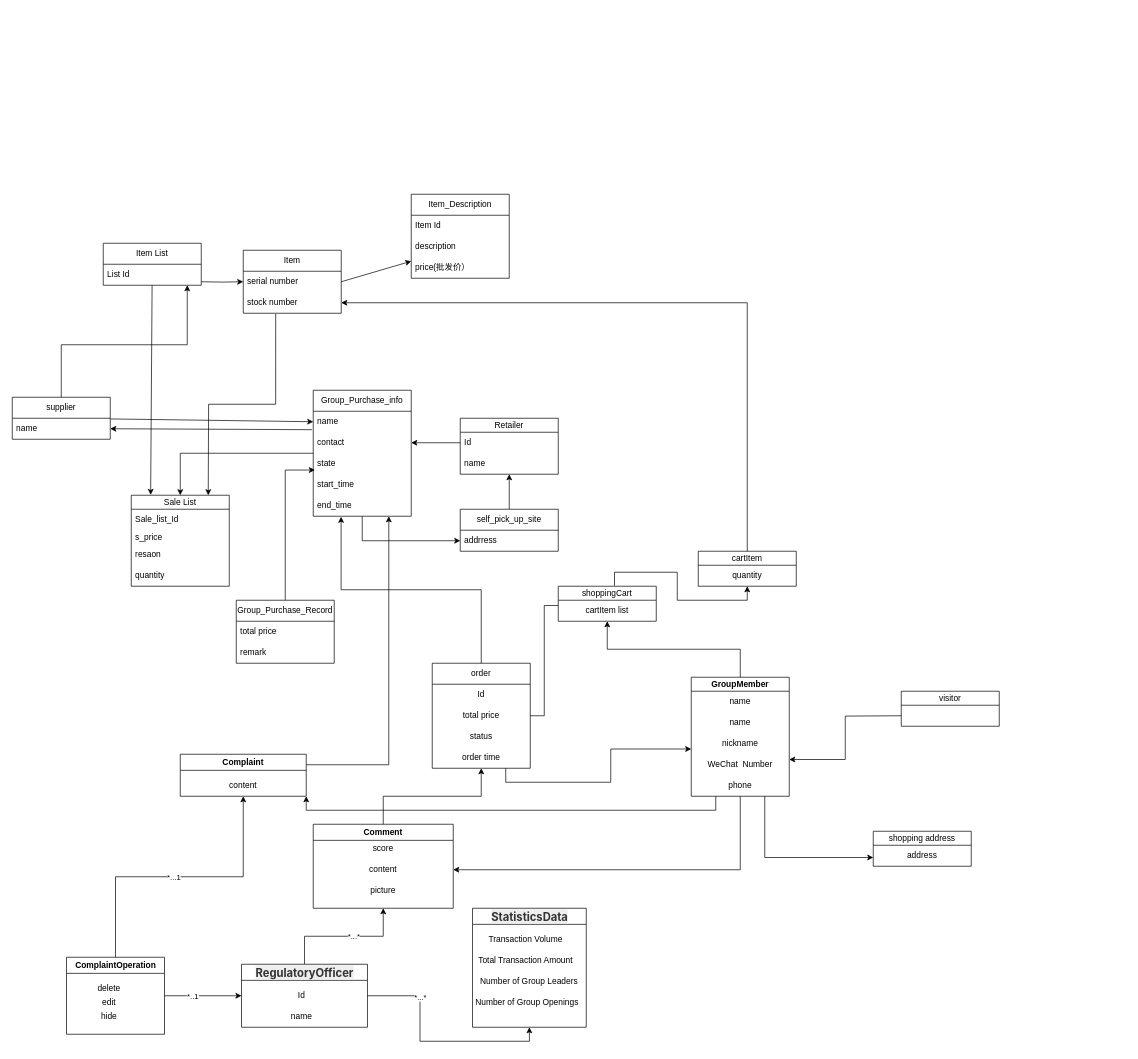
This is 未命名绘图.drawio from zzy347964399/pafd-automated, a draw.io file, before an edit. Source tidied: cells renumbered, new cells numbered last; positions are measured from the earlier drawing's top-left corner, leaving out a move shared by most shapes. Both pictures are drawn from the tidied source at 70%, with x=0, y=0 at pixel (12, 194).
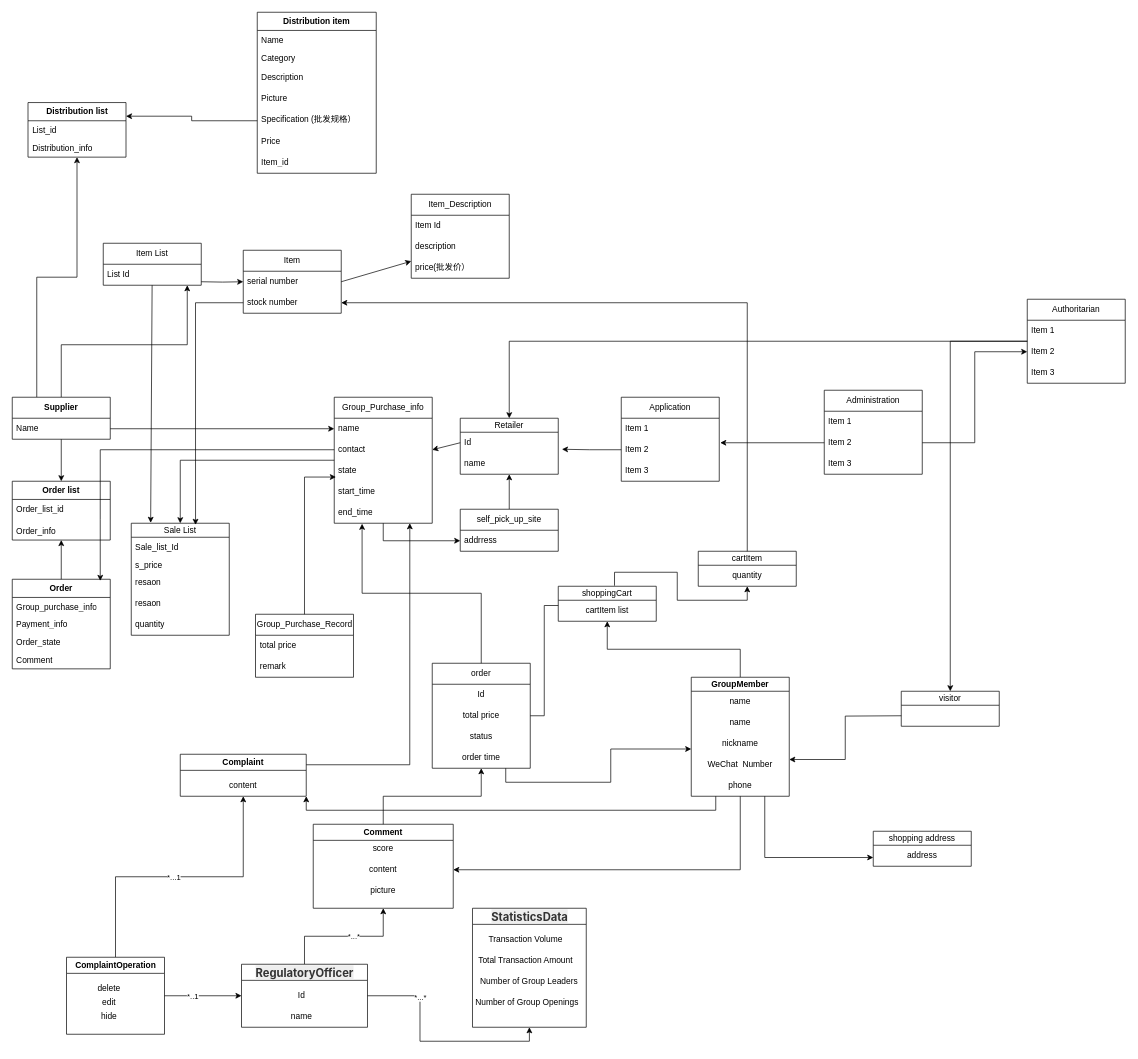
After the change.

Commit message:
更新未命名绘图.drawio

Unchanged cells that the change refers to:
```xml
<mxCell id="4" value="stock number" style="text;strokeColor=none;fillColor=none;align=left;verticalAlign=middle;spacingLeft=4;spacingRight=4;overflow=hidden;points=[[0,0.5],[1,0.5]];portConstraint=eastwest;whiteSpace=wrap;html=1;" parent="2" vertex="1">
  <mxGeometry y="60" width="140" height="30" as="geometry" />
</mxCell>
<mxCell id="15" value="Retailer" style="swimlane;fontStyle=0;horizontal=1;startSize=20;whiteSpace=wrap;html=1;" parent="1" vertex="1">
  <mxGeometry x="640" y="320" width="140" height="80" as="geometry" />
</mxCell>
<mxCell id="17" value="name" style="text;strokeColor=none;fillColor=none;align=left;verticalAlign=middle;spacingLeft=4;spacingRight=4;overflow=hidden;points=[[0,0.5],[1,0.5]];portConstraint=eastwest;whiteSpace=wrap;html=1;" parent="15" vertex="1">
  <mxGeometry y="50" width="140" height="30" as="geometry" />
</mxCell>
<mxCell id="21" value="name" style="text;strokeColor=none;fillColor=none;align=left;verticalAlign=middle;spacingLeft=4;spacingRight=4;overflow=hidden;points=[[0,0.5],[1,0.5]];portConstraint=eastwest;whiteSpace=wrap;html=1;" parent="20" vertex="1">
  <mxGeometry y="30" width="140" height="30" as="geometry" />
</mxCell>
<mxCell id="22" value="contact" style="text;strokeColor=none;fillColor=none;align=left;verticalAlign=middle;spacingLeft=4;spacingRight=4;overflow=hidden;points=[[0,0.5],[1,0.5]];portConstraint=eastwest;whiteSpace=wrap;html=1;" parent="20" vertex="1">
  <mxGeometry y="60" width="140" height="30" as="geometry" />
</mxCell>
<mxCell id="92" value="visitor" style="swimlane;fontStyle=0;horizontal=1;startSize=20;whiteSpace=wrap;html=1;" parent="1" vertex="1">
  <mxGeometry x="1270" y="710" width="140" height="50" as="geometry" />
</mxCell>
```

The edit, as a diff of the source:
```diff
@@
     <mxCell id="20" value="Group_Purchase_info" style="swimlane;fontStyle=0;horizontal=1;startSize=30;whiteSpace=wrap;html=1;" parent="1" vertex="1">
-      <mxGeometry x="430" y="280" width="140" height="180" as="geometry" />
+      <mxGeometry x="460" y="290" width="140" height="180" as="geometry" />
     </mxCell>
@@
-    <mxCell id="30" style="rounded=0;jettySize=auto;html=1;entryX=0;entryY=0.5;entryDx=0;entryDy=0;" parent="1" edge="1" source="31" target="21">
-      <mxGeometry relative="1" as="geometry" />
-    </mxCell>
+    <mxCell id="101" style="edgeStyle=orthogonalEdgeStyle;rounded=0;jettySize=auto;html=1;exitX=0.25;exitY=0;exitDx=0;exitDy=0;" parent="1" edge="1" source="31" target="112">
+      <mxGeometry relative="1" as="geometry" />
+    </mxCell>
+    <mxCell id="102" style="edgeStyle=orthogonalEdgeStyle;rounded=0;jettySize=auto;html=1;exitX=0.5;exitY=1;exitDx=0;exitDy=0;entryX=0.5;entryY=0;entryDx=0;entryDy=0;" parent="1" edge="1" source="31" target="115">
+      <mxGeometry relative="1" as="geometry" />
+    </mxCell>
-    <mxCell id="31" value="supplier" style="swimlane;fontStyle=0;horizontal=1;startSize=30;whiteSpace=wrap;html=1;" parent="1" vertex="1">
+    <mxCell id="31" value="&lt;b&gt;Supplier&lt;/b&gt;" style="swimlane;fontStyle=0;horizontal=1;startSize=30;whiteSpace=wrap;html=1;" parent="1" vertex="1">
       <mxGeometry y="290" width="140" height="60" as="geometry" />
     </mxCell>
-    <mxCell id="32" value="name" style="text;strokeColor=none;fillColor=none;align=left;verticalAlign=middle;spacingLeft=4;spacingRight=4;overflow=hidden;points=[[0,0.5],[1,0.5]];portConstraint=eastwest;whiteSpace=wrap;html=1;" parent="31" vertex="1">
+    <mxCell id="32" value="Name" style="text;strokeColor=none;fillColor=none;align=left;verticalAlign=middle;spacingLeft=4;spacingRight=4;overflow=hidden;points=[[0,0.5],[1,0.5]];portConstraint=eastwest;whiteSpace=wrap;html=1;" parent="31" vertex="1">
       <mxGeometry y="30" width="140" height="30" as="geometry" />
     </mxCell>
-    <mxCell id="33" style="rounded=0;jettySize=auto;html=1;exitX=-0.014;exitY=0.878;exitDx=0;exitDy=0;entryX=1;entryY=0.5;entryDx=0;entryDy=0;exitPerimeter=0;" parent="1" edge="1" source="21" target="32">
-      <mxGeometry relative="1" as="geometry" />
-    </mxCell>
     <mxCell id="34" value="Sale List" style="swimlane;fontStyle=0;horizontal=1;startSize=20;whiteSpace=wrap;html=1;" parent="1" vertex="1">
-      <mxGeometry x="170" y="430" width="140" height="130" as="geometry" />
+      <mxGeometry x="170" y="470" width="140" height="160" as="geometry" />
     </mxCell>
@@
+    <mxCell id="103" value="resaon" style="text;strokeColor=none;fillColor=none;align=left;verticalAlign=middle;spacingLeft=4;spacingRight=4;overflow=hidden;whiteSpace=wrap;html=1;" parent="34" vertex="1">
+      <mxGeometry y="100" width="140" height="30" as="geometry" />
+    </mxCell>
     <mxCell id="38" value="quantity" style="text;strokeColor=none;fillColor=none;align=left;verticalAlign=middle;spacingLeft=4;spacingRight=4;overflow=hidden;whiteSpace=wrap;html=1;" parent="34" vertex="1">
-      <mxGeometry y="100" width="140" height="30" as="geometry" />
+      <mxGeometry y="130" width="140" height="30" as="geometry" />
     </mxCell>
-    <mxCell id="39" style="edgeStyle=orthogonalEdgeStyle;rounded=0;jettySize=auto;html=1;exitX=0.331;exitY=1.03;exitDx=0;exitDy=0;exitPerimeter=0;" parent="1" edge="1" source="4">
-      <mxGeometry relative="1" as="geometry">
-        <mxPoint x="280" y="430" as="targetPoint" />
-      </mxGeometry>
-    </mxCell>
@@
     <mxCell id="52" value="Group_Purchase_Record" style="swimlane;fontStyle=0;horizontal=1;startSize=30;whiteSpace=wrap;html=1;" parent="1" vertex="1">
-      <mxGeometry x="320" y="580" width="140" height="90" as="geometry" />
+      <mxGeometry x="347.5" y="600" width="140" height="90" as="geometry" />
     </mxCell>
@@
+    <mxCell id="104" value="&lt;b&gt;Distribution item&lt;/b&gt;" style="swimlane;fontStyle=0;horizontal=1;startSize=26;fillColor=none;whiteSpace=wrap;html=1;" parent="1" vertex="1">
+      <mxGeometry x="350" y="-260" width="170" height="230" as="geometry" />
+    </mxCell>
+    <mxCell id="105" value="Name" style="text;strokeColor=none;fillColor=none;align=left;verticalAlign=top;spacingLeft=4;spacingRight=4;overflow=hidden;whiteSpace=wrap;html=1;" parent="104" vertex="1">
+      <mxGeometry y="26" width="170" height="26" as="geometry" />
+    </mxCell>
+    <mxCell id="106" value="Category" style="text;strokeColor=none;fillColor=none;align=left;verticalAlign=top;spacingLeft=4;spacingRight=4;overflow=hidden;whiteSpace=wrap;html=1;" parent="104" vertex="1">
+      <mxGeometry y="52" width="170" height="28" as="geometry" />
+    </mxCell>
+    <mxCell id="107" value="Description" style="text;strokeColor=none;fillColor=none;align=left;verticalAlign=top;spacingLeft=4;spacingRight=4;overflow=hidden;whiteSpace=wrap;html=1;" parent="104" vertex="1">
+      <mxGeometry y="80" width="170" height="30" as="geometry" />
+    </mxCell>
+    <mxCell id="108" value="Picture" style="text;strokeColor=none;fillColor=none;align=left;verticalAlign=top;spacingLeft=4;spacingRight=4;overflow=hidden;whiteSpace=wrap;html=1;" parent="104" vertex="1">
+      <mxGeometry y="110" width="170" height="30" as="geometry" />
+    </mxCell>
+    <mxCell id="109" value="Specification (批发规格）" style="text;strokeColor=none;fillColor=none;align=left;verticalAlign=top;spacingLeft=4;spacingRight=4;overflow=hidden;points=[[0,0.5],[1,0.5]];portConstraint=eastwest;whiteSpace=wrap;html=1;" parent="104" vertex="1">
+      <mxGeometry y="140" width="170" height="30" as="geometry" />
+    </mxCell>
+    <mxCell id="110" value="Price" style="text;strokeColor=none;fillColor=none;align=left;verticalAlign=top;spacingLeft=4;spacingRight=4;overflow=hidden;whiteSpace=wrap;html=1;" parent="104" vertex="1">
+      <mxGeometry y="170" width="170" height="30" as="geometry" />
+    </mxCell>
+    <mxCell id="111" value="Item_id" style="text;strokeColor=none;fillColor=none;align=left;verticalAlign=top;spacingLeft=4;spacingRight=4;overflow=hidden;whiteSpace=wrap;html=1;" parent="104" vertex="1">
+      <mxGeometry y="200" width="170" height="30" as="geometry" />
+    </mxCell>
+    <mxCell id="112" value="&lt;b&gt;Distribution list&lt;/b&gt;" style="swimlane;fontStyle=0;horizontal=1;startSize=26;fillColor=none;whiteSpace=wrap;html=1;" parent="1" vertex="1">
+      <mxGeometry x="22.5" y="-131" width="140" height="78" as="geometry" />
+    </mxCell>
+    <mxCell id="113" value="List_id" style="text;strokeColor=none;fillColor=none;align=left;verticalAlign=top;spacingLeft=4;spacingRight=4;overflow=hidden;whiteSpace=wrap;html=1;" parent="112" vertex="1">
+      <mxGeometry y="26" width="140" height="26" as="geometry" />
+    </mxCell>
+    <mxCell id="114" value="Distribution_info" style="text;strokeColor=none;fillColor=none;align=left;verticalAlign=top;spacingLeft=4;spacingRight=4;overflow=hidden;whiteSpace=wrap;html=1;" parent="112" vertex="1">
+      <mxGeometry y="52" width="140" height="26" as="geometry" />
+    </mxCell>
+    <mxCell id="115" value="&lt;b&gt;Order list&lt;/b&gt;" style="swimlane;fontStyle=0;horizontal=1;startSize=26;fillColor=none;whiteSpace=wrap;html=1;" parent="1" vertex="1">
+      <mxGeometry y="410" width="140" height="84" as="geometry" />
+    </mxCell>
+    <mxCell id="116" value="Order_list_id&lt;br&gt;" style="text;strokeColor=none;fillColor=none;align=left;verticalAlign=top;spacingLeft=4;spacingRight=4;overflow=hidden;whiteSpace=wrap;html=1;" parent="115" vertex="1">
+      <mxGeometry y="26" width="140" height="32" as="geometry" />
+    </mxCell>
+    <mxCell id="117" value="Order_info" style="text;strokeColor=none;fillColor=none;align=left;verticalAlign=top;spacingLeft=4;spacingRight=4;overflow=hidden;whiteSpace=wrap;html=1;" parent="115" vertex="1">
+      <mxGeometry y="58" width="140" height="26" as="geometry" />
+    </mxCell>
+    <mxCell id="118" style="edgeStyle=orthogonalEdgeStyle;rounded=0;jettySize=auto;html=1;exitX=0.5;exitY=0;exitDx=0;exitDy=0;" parent="1" edge="1" source="119" target="115">
+      <mxGeometry relative="1" as="geometry" />
+    </mxCell>
+    <mxCell id="119" value="&lt;b&gt;Order&lt;/b&gt;" style="swimlane;fontStyle=0;horizontal=1;startSize=26;fillColor=none;whiteSpace=wrap;html=1;" parent="1" vertex="1">
+      <mxGeometry y="550" width="140" height="128" as="geometry" />
+    </mxCell>
+    <mxCell id="120" value="Group_purchase_info" style="text;strokeColor=none;fillColor=none;align=left;verticalAlign=top;spacingLeft=4;spacingRight=4;overflow=hidden;whiteSpace=wrap;html=1;" parent="119" vertex="1">
+      <mxGeometry y="26" width="140" height="24" as="geometry" />
+    </mxCell>
+    <mxCell id="121" value="Payment_info" style="text;strokeColor=none;fillColor=none;align=left;verticalAlign=top;spacingLeft=4;spacingRight=4;overflow=hidden;whiteSpace=wrap;html=1;" parent="119" vertex="1">
+      <mxGeometry y="50" width="140" height="26" as="geometry" />
+    </mxCell>
+    <mxCell id="122" value="Order_state" style="text;strokeColor=none;fillColor=none;align=left;verticalAlign=top;spacingLeft=4;spacingRight=4;overflow=hidden;whiteSpace=wrap;html=1;" parent="119" vertex="1">
+      <mxGeometry y="76" width="140" height="26" as="geometry" />
+    </mxCell>
+    <mxCell id="123" value="Comment" style="text;strokeColor=none;fillColor=none;align=left;verticalAlign=top;spacingLeft=4;spacingRight=4;overflow=hidden;whiteSpace=wrap;html=1;" parent="119" vertex="1">
+      <mxGeometry y="102" width="140" height="26" as="geometry" />
+    </mxCell>
+    <mxCell id="124" style="edgeStyle=orthogonalEdgeStyle;rounded=0;jettySize=auto;html=1;exitX=0;exitY=0.5;exitDx=0;exitDy=0;entryX=1;entryY=0.25;entryDx=0;entryDy=0;" parent="1" edge="1" source="109" target="112">
+      <mxGeometry relative="1" as="geometry" />
+    </mxCell>
+    <mxCell id="125" style="edgeStyle=orthogonalEdgeStyle;rounded=0;jettySize=auto;html=1;exitX=0;exitY=0.5;exitDx=0;exitDy=0;entryX=0.898;entryY=0.018;entryDx=0;entryDy=0;entryPerimeter=0;" parent="1" edge="1" source="22" target="119">
+      <mxGeometry relative="1" as="geometry" />
+    </mxCell>
+    <mxCell id="126" style="edgeStyle=orthogonalEdgeStyle;rounded=0;jettySize=auto;html=1;exitX=1;exitY=0.5;exitDx=0;exitDy=0;" parent="1" edge="1" source="32" target="21">
+      <mxGeometry relative="1" as="geometry" />
+    </mxCell>
+    <mxCell id="127" style="edgeStyle=orthogonalEdgeStyle;rounded=0;jettySize=auto;html=1;exitX=0;exitY=0.5;exitDx=0;exitDy=0;entryX=0.656;entryY=0.014;entryDx=0;entryDy=0;entryPerimeter=0;" parent="1" edge="1" source="4" target="34">
+      <mxGeometry relative="1" as="geometry" />
+    </mxCell>
+    <mxCell id="128" value="Administration" style="swimlane;fontStyle=0;horizontal=1;startSize=30;whiteSpace=wrap;html=1;" parent="1" vertex="1">
+      <mxGeometry x="1160" y="280" width="140" height="120" as="geometry" />
+    </mxCell>
+    <mxCell id="129" value="Item 1" style="text;strokeColor=none;fillColor=none;align=left;verticalAlign=middle;spacingLeft=4;spacingRight=4;overflow=hidden;whiteSpace=wrap;html=1;" parent="128" vertex="1">
+      <mxGeometry y="30" width="140" height="30" as="geometry" />
+    </mxCell>
+    <mxCell id="130" value="Item 2" style="text;strokeColor=none;fillColor=none;align=left;verticalAlign=middle;spacingLeft=4;spacingRight=4;overflow=hidden;points=[[0,0.5],[1,0.5]];portConstraint=eastwest;whiteSpace=wrap;html=1;" parent="128" vertex="1">
+      <mxGeometry y="60" width="140" height="30" as="geometry" />
+    </mxCell>
+    <mxCell id="131" value="Item 3" style="text;strokeColor=none;fillColor=none;align=left;verticalAlign=middle;spacingLeft=4;spacingRight=4;overflow=hidden;whiteSpace=wrap;html=1;" parent="128" vertex="1">
+      <mxGeometry y="90" width="140" height="30" as="geometry" />
+    </mxCell>
+    <mxCell id="132" value="Application" style="swimlane;fontStyle=0;horizontal=1;startSize=30;whiteSpace=wrap;html=1;" parent="1" vertex="1">
+      <mxGeometry x="870" y="290" width="140" height="120" as="geometry" />
+    </mxCell>
+    <mxCell id="133" value="Item 1" style="text;strokeColor=none;fillColor=none;align=left;verticalAlign=middle;spacingLeft=4;spacingRight=4;overflow=hidden;whiteSpace=wrap;html=1;" parent="132" vertex="1">
+      <mxGeometry y="30" width="140" height="30" as="geometry" />
+    </mxCell>
+    <mxCell id="134" value="Item 2" style="text;strokeColor=none;fillColor=none;align=left;verticalAlign=middle;spacingLeft=4;spacingRight=4;overflow=hidden;points=[[0,0.5],[1,0.5]];portConstraint=eastwest;whiteSpace=wrap;html=1;" parent="132" vertex="1">
+      <mxGeometry y="60" width="140" height="30" as="geometry" />
+    </mxCell>
+    <mxCell id="135" value="Item 3" style="text;strokeColor=none;fillColor=none;align=left;verticalAlign=middle;spacingLeft=4;spacingRight=4;overflow=hidden;whiteSpace=wrap;html=1;" parent="132" vertex="1">
+      <mxGeometry y="90" width="140" height="30" as="geometry" />
+    </mxCell>
+    <mxCell id="136" style="edgeStyle=orthogonalEdgeStyle;rounded=0;jettySize=auto;html=1;entryX=1.038;entryY=-0.189;entryDx=0;entryDy=0;entryPerimeter=0;" parent="1" edge="1" source="134" target="17">
+      <mxGeometry relative="1" as="geometry" />
+    </mxCell>
+    <mxCell id="137" style="edgeStyle=orthogonalEdgeStyle;rounded=0;jettySize=auto;html=1;entryX=1.01;entryY=0.167;entryDx=0;entryDy=0;entryPerimeter=0;" parent="1" edge="1" source="130" target="134">
+      <mxGeometry relative="1" as="geometry" />
+    </mxCell>
+    <mxCell id="138" style="edgeStyle=orthogonalEdgeStyle;rounded=0;jettySize=auto;html=1;entryX=0.5;entryY=0;entryDx=0;entryDy=0;" parent="1" edge="1" source="140" target="92">
+      <mxGeometry relative="1" as="geometry" />
+    </mxCell>
+    <mxCell id="139" style="edgeStyle=orthogonalEdgeStyle;rounded=0;jettySize=auto;html=1;entryX=0.5;entryY=0;entryDx=0;entryDy=0;" parent="1" edge="1" source="140" target="15">
+      <mxGeometry relative="1" as="geometry" />
+    </mxCell>
+    <mxCell id="140" value="Authoritarian" style="swimlane;fontStyle=0;horizontal=1;startSize=30;whiteSpace=wrap;html=1;" parent="1" vertex="1">
+      <mxGeometry x="1450" y="150" width="140" height="120" as="geometry" />
+    </mxCell>
+    <mxCell id="141" value="Item 1" style="text;strokeColor=none;fillColor=none;align=left;verticalAlign=middle;spacingLeft=4;spacingRight=4;overflow=hidden;whiteSpace=wrap;html=1;" parent="140" vertex="1">
+      <mxGeometry y="30" width="140" height="30" as="geometry" />
+    </mxCell>
+    <mxCell id="142" value="Item 2" style="text;strokeColor=none;fillColor=none;align=left;verticalAlign=middle;spacingLeft=4;spacingRight=4;overflow=hidden;points=[[0,0.5],[1,0.5]];portConstraint=eastwest;whiteSpace=wrap;html=1;" parent="140" vertex="1">
+      <mxGeometry y="60" width="140" height="30" as="geometry" />
+    </mxCell>
+    <mxCell id="143" value="Item 3" style="text;strokeColor=none;fillColor=none;align=left;verticalAlign=middle;spacingLeft=4;spacingRight=4;overflow=hidden;whiteSpace=wrap;html=1;" parent="140" vertex="1">
+      <mxGeometry y="90" width="140" height="30" as="geometry" />
+    </mxCell>
+    <mxCell id="144" style="edgeStyle=orthogonalEdgeStyle;rounded=0;jettySize=auto;html=1;entryX=0;entryY=0.5;entryDx=0;entryDy=0;" parent="1" edge="1" source="130" target="142">
+      <mxGeometry relative="1" as="geometry" />
+    </mxCell>
```
